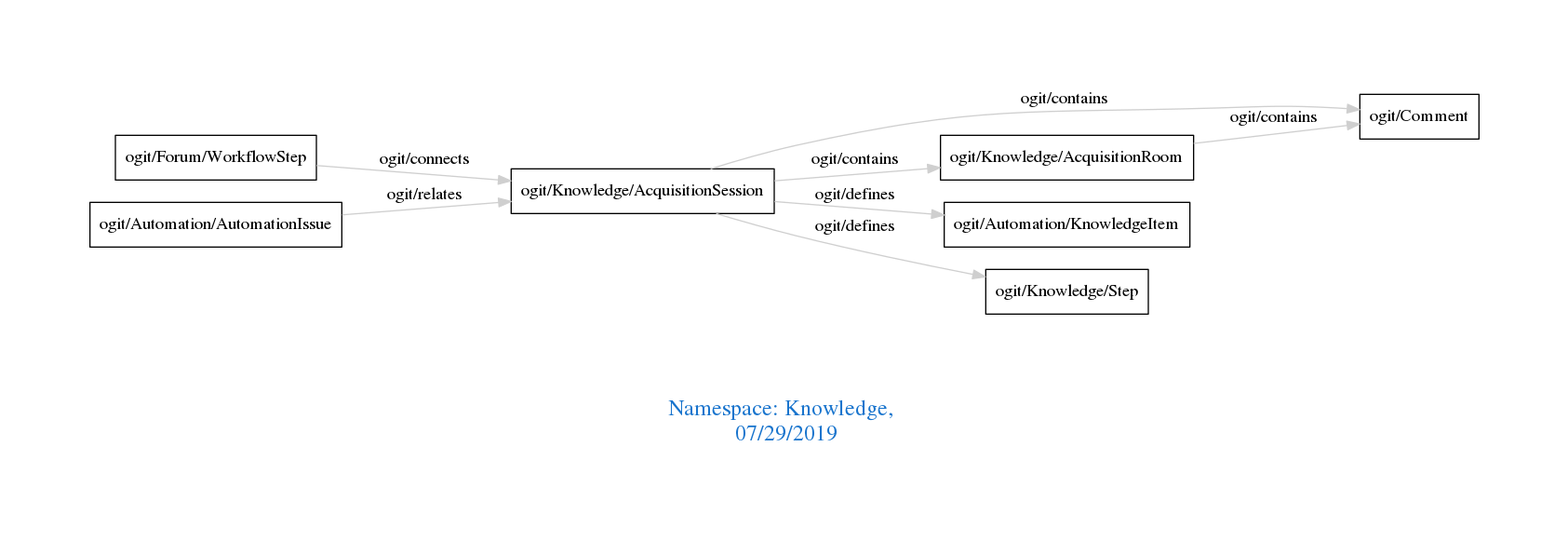
arago/OGIT keeps this Graphviz diagram as downloads/Knowledge.png. Above is the earlier version. Its source is kept beside it as downloads/Knowledge.dot.
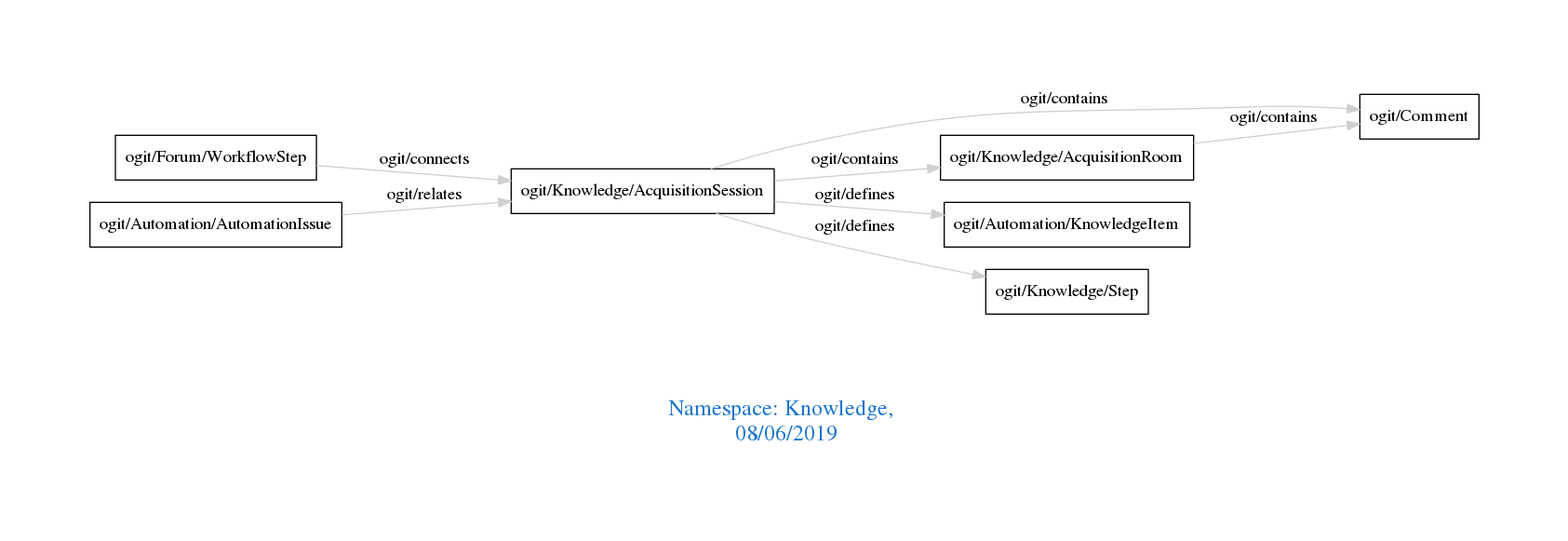
After the commit.

What changed in the source:
```diff
@@ -1,7 +1,7 @@
 digraph OGIT_ontology {
  graph [ rankdir= LR,pad=1
 fontsize = 18,
-fontcolor= dodgerblue3,label = "\n\n\nNamespace: Knowledge, \n 07/29/2019"];
+fontcolor= dodgerblue3,label = "\n\n\nNamespace: Knowledge, \n 08/06/2019"];
 node[shape=polygon];
 edge [  color="gray81"];
 
```
